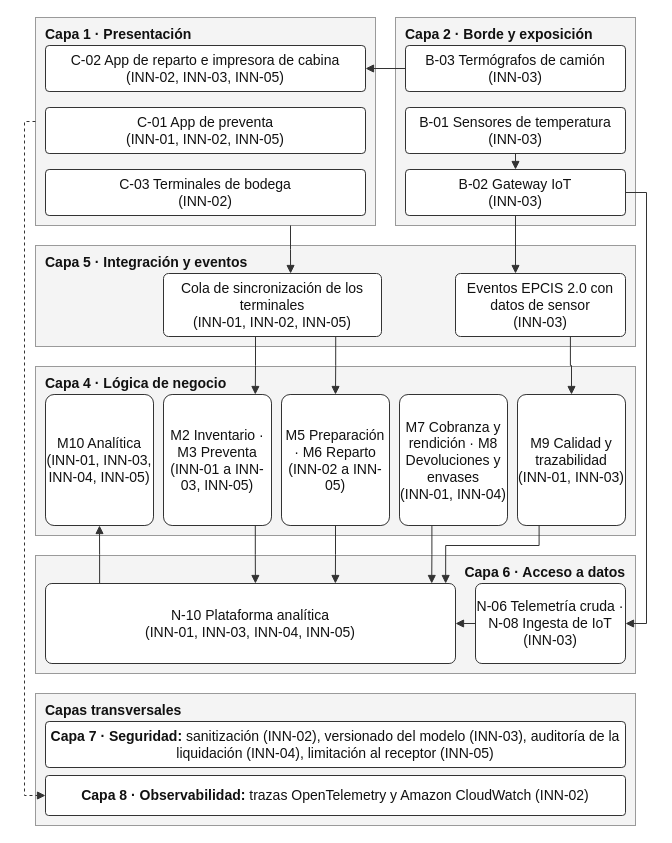
PatricioH315/LafroX keeps this draw.io diagram as SD13_v_nueva/13_innovaciones/diagramas/Fig_13-1_Mapa_Innovaciones.drawio. Above is the earlier version. Source tidied: cells renumbered, new cells numbered last; positions are measured from the earlier drawing's top-left corner, leaving out a move shared by most shapes. Both pictures are drawn from the tidied source at 100%, with x=0, y=0 at pixel (24, 17).
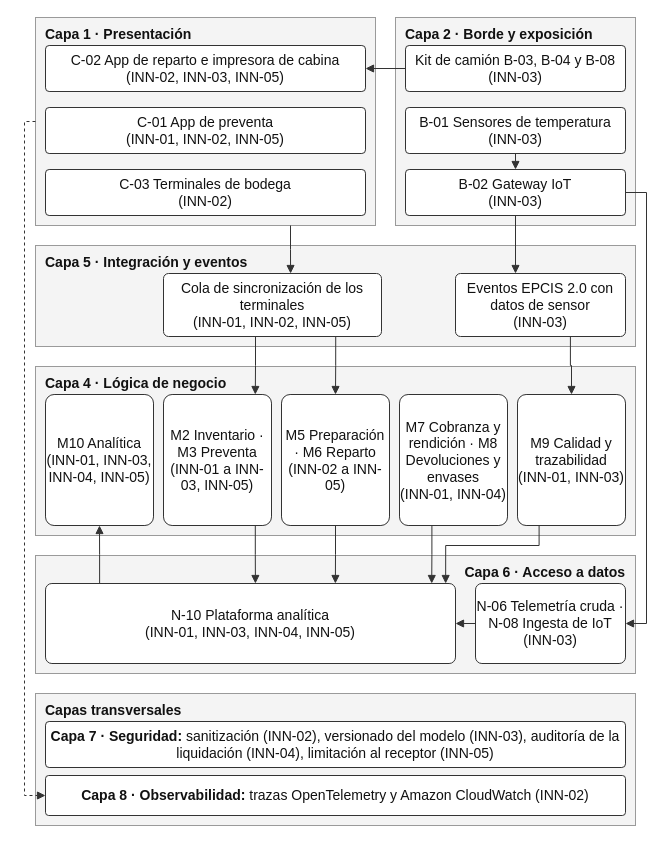
Above is the later version.

Diff of the diagram source:
```diff
@@
-    <mxCell id="7" value="B-03 Termógrafos de camión&lt;br&gt;(INN-03)" style="rounded=1;whiteSpace=wrap;html=1;fontSize=14;fontFamily=Helvetica;fillColor=#FFFFFF;strokeColor=#333333;fontColor=#111111;arcSize=8;" parent="1" vertex="1">
+    <mxCell id="7" value="Kit de camión B-03, B-04 y B-08&lt;br&gt;(INN-03)" style="rounded=1;whiteSpace=wrap;html=1;fontSize=14;fontFamily=Helvetica;fillColor=#FFFFFF;strokeColor=#333333;fontColor=#111111;arcSize=8;" parent="1" vertex="1">
       <mxGeometry x="381" y="28" width="220" height="46" as="geometry" />
     </mxCell>
```
